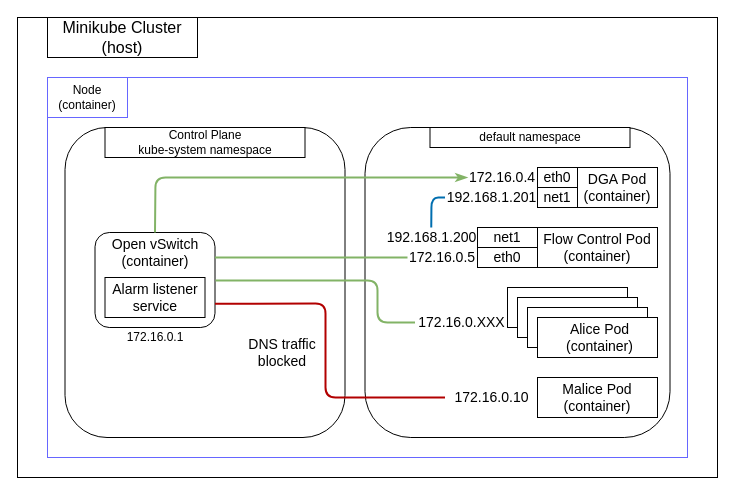
parasecurity/principals keeps this draw.io diagram as page "DGA block" (4 of 6) of demos/demo5/docs/demo5.drawio. Above is the earlier version. Source tidied: cells renumbered, new cells numbered last; positions are measured from the earlier drawing's top-left corner, leaving out a move shared by most shapes. Both pictures are drawn from the tidied source at 100%, with x=0, y=0 at pixel (17, 17).
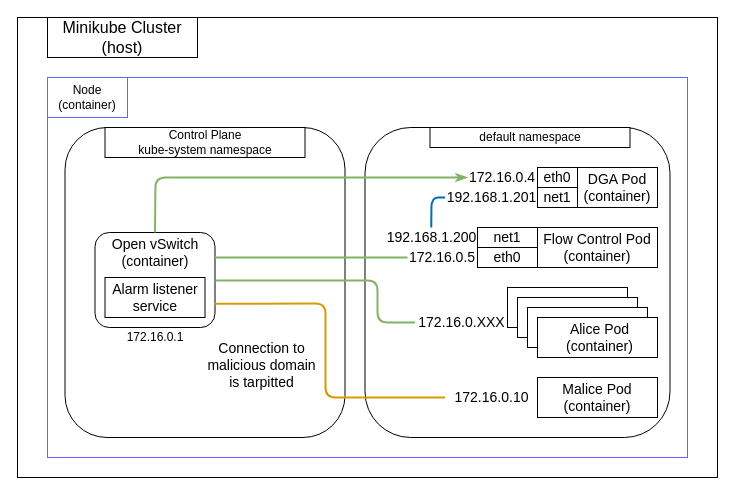
Above is the later version.

Unchanged cells that the change refers to:
```xml
<mxCell id="6" style="group;" parent="1" vertex="1">
  <mxGeometry x="47.5" y="110" width="605" height="340" as="geometry" />
</mxCell>
<mxCell id="9" value="&lt;font style=&quot;font-size: 16px&quot;&gt;&lt;br&gt;&lt;/font&gt;" style="rounded=1;whiteSpace=wrap;html=1;" parent="6" vertex="1">
  <mxGeometry x="30" y="105" width="120" height="95" as="geometry" />
</mxCell>
<mxCell id="38" value="172.16.0.10" style="text;html=1;strokeColor=none;fillColor=none;align=center;verticalAlign=middle;whiteSpace=wrap;rounded=0;fontSize=14;" parent="6" vertex="1">
  <mxGeometry x="380" y="260" width="92.5" height="20" as="geometry" />
</mxCell>
```

What changed in the source:
```diff
@@
-    <mxCell id="40" style="endArrow=none;html=1;strokeWidth=2;fontSize=14;exitX=1;exitY=0.75;exitDx=0;exitDy=0;entryX=0;entryY=0.5;entryDx=0;entryDy=0;fillColor=#e51400;strokeColor=#B20000;" parent="6" edge="1" source="9" target="38">
+    <mxCell id="40" style="endArrow=none;html=1;strokeWidth=2;fontSize=14;exitX=1;exitY=0.75;exitDx=0;exitDy=0;entryX=0;entryY=0.5;entryDx=0;entryDy=0;fillColor=#ffe6cc;strokeColor=#d79b00;" parent="6" edge="1" source="9" target="38">
       <mxGeometry relative="1" as="geometry">
         <Array as="points">
           <mxPoint x="260.5" y="176" />
           <mxPoint x="260.5" y="270" />
         </Array>
       </mxGeometry>
     </mxCell>
@@
-    <mxCell id="44" value="DNS traffic&lt;br&gt;blocked" style="text;html=1;strokeColor=none;fillColor=none;align=center;verticalAlign=middle;whiteSpace=wrap;rounded=0;fontSize=14;" parent="6" vertex="1">
-      <mxGeometry x="182.5" y="205" width="70" height="40" as="geometry" />
+    <mxCell id="44" value="Connection to malicious domain is tarpitted" style="text;html=1;strokeColor=none;fillColor=none;align=center;verticalAlign=middle;whiteSpace=wrap;rounded=0;fontSize=14;" parent="6" vertex="1">
+      <mxGeometry x="140" y="205" width="112.5" height="65" as="geometry" />
     </mxCell>
```
